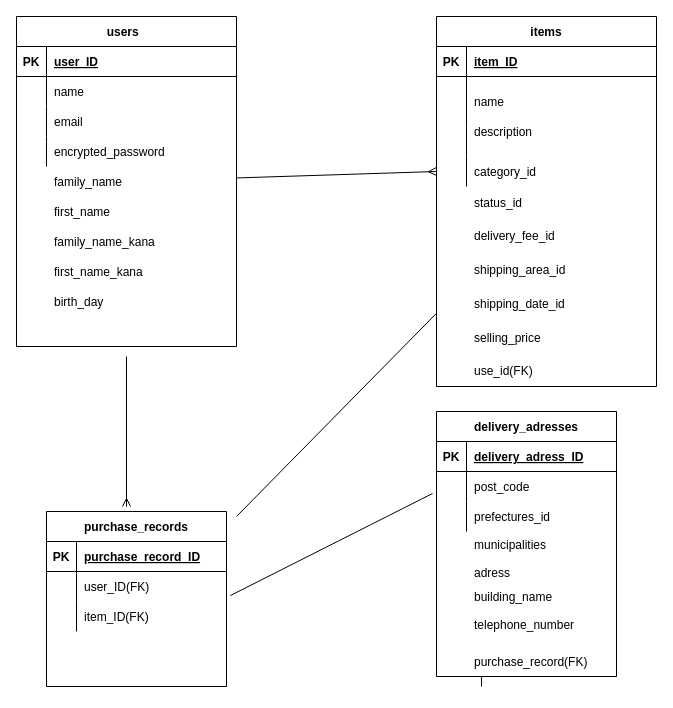
Above: ER.dio in shuhei404/furima-36322 (draw.io), before the change. Source tidied: cells renumbered, new cells numbered last; positions are measured from the earlier drawing's top-left corner, leaving out a move shared by most shapes. Both pictures are drawn from the tidied source at 100%, with x=0, y=0 at pixel (16, 16).
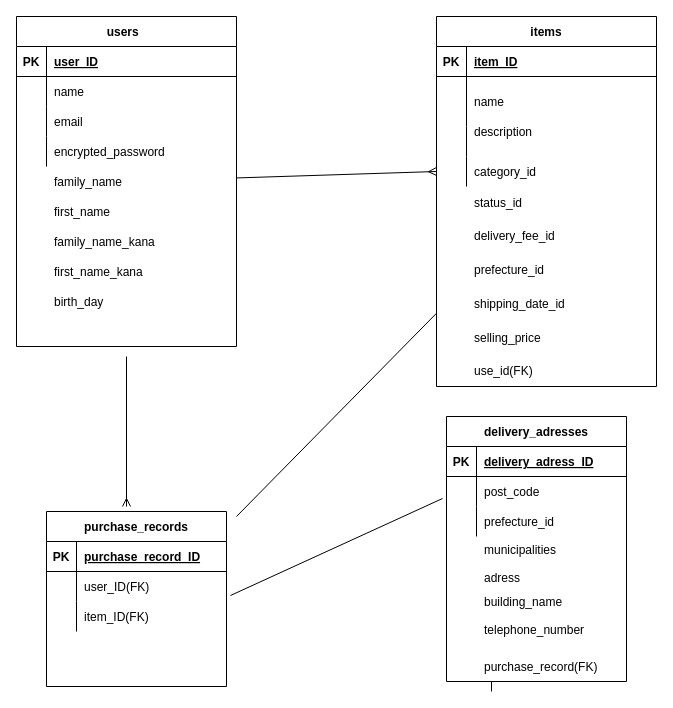
Above is the later version.

Commit message (it also covers changes not shown here):
テーブル設計④

Unchanged cells that the change refers to:
```xml
<mxCell id="63" style="shape=partialRectangle;fillColor=none;top=0;left=0;bottom=0;right=0;" parent="56" vertex="1">
  <mxGeometry y="90" width="180" height="30" as="geometry" />
</mxCell>
```

What changed in the source:
```diff
@@
-    <mxCell id="50" value="shipping_area_id" style="shape=partialRectangle;fillColor=none;top=0;left=0;bottom=0;right=0;align=left;spacingLeft=6;overflow=hidden;" parent="1" vertex="1">
+    <mxCell id="50" value="prefecture_id" style="shape=partialRectangle;fillColor=none;top=0;left=0;bottom=0;right=0;align=left;spacingLeft=6;overflow=hidden;" parent="1" vertex="1">
       <mxGeometry x="450" y="236.2" width="190" height="33.8" as="geometry" />
     </mxCell>
@@
     <mxCell id="54" style="group;" parent="1" vertex="1">
-      <mxGeometry x="420" y="395" width="180" height="275" as="geometry" />
+      <mxGeometry x="430" y="400" width="180" height="275" as="geometry" />
     </mxCell>
@@
-    <mxCell id="65" value="prefectures_id" style="shape=partialRectangle;fillColor=none;top=0;left=0;bottom=0;right=0;align=left;spacingLeft=6;overflow=hidden;" parent="63" vertex="1">
+    <mxCell id="65" value="prefecture_id" style="shape=partialRectangle;fillColor=none;top=0;left=0;bottom=0;right=0;align=left;spacingLeft=6;overflow=hidden;" parent="63" vertex="1">
       <mxGeometry x="30" width="150" height="30" as="geometry" />
     </mxCell>
```
